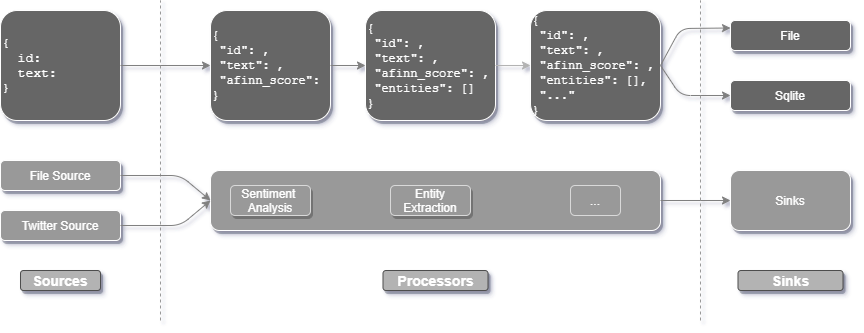
Earlier version of the draw.io export nlphose.png (code2k13/nlphose). Source tidied: cells renumbered, new cells last; positions are measured from the earlier drawing's top-left corner, leaving out a move shared by most shapes.
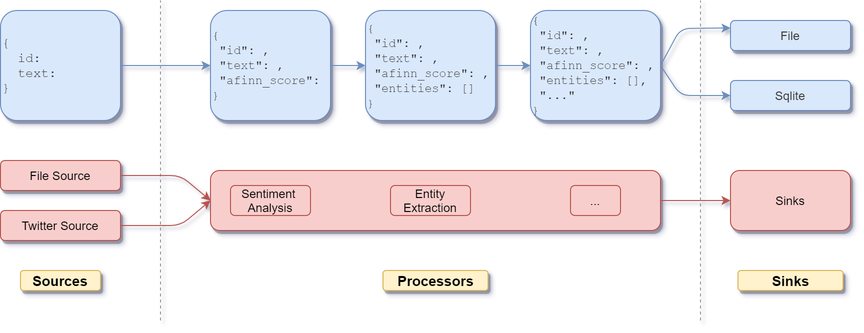
The same diagram one commit later.

Commit message:
updated diagram yet again !!

Diff of the diagram source:
```diff
@@ -2,59 +2,59 @@
   <root>
     <mxCell id="0" />
     <mxCell id="1" parent="0" />
-    <mxCell id="2" style="rounded=1;whiteSpace=wrap;html=1;strokeColor=#FFFFFF;fontColor=#FFFFFF;align=center;fillColor=#999999;shadow=1;" parent="1" vertex="1">
+    <mxCell id="2" style="rounded=1;whiteSpace=wrap;html=1;strokeColor=#b85450;align=center;fillColor=#f8cecc;shadow=1;" parent="1" vertex="1">
       <mxGeometry x="210" y="170" width="450" height="60" as="geometry" />
     </mxCell>
-    <mxCell id="3" value="Sinks" style="rounded=1;whiteSpace=wrap;html=1;strokeColor=#FFFFFF;fontColor=#FFFFFF;align=center;fillColor=#999999;shadow=1;" parent="1" vertex="1">
+    <mxCell id="3" value="Sinks" style="rounded=1;whiteSpace=wrap;html=1;strokeColor=#b85450;align=center;fillColor=#f8cecc;shadow=1;" parent="1" vertex="1">
       <mxGeometry x="730" y="170" width="120" height="60" as="geometry" />
     </mxCell>
-    <mxCell id="4" value="&lt;font face=&quot;Courier New&quot; style=&quot;font-size: 13px&quot; color=&quot;#ffffff&quot;&gt;{&lt;br style=&quot;font-size: 13px&quot;&gt;&amp;nbsp; id:&amp;nbsp;&lt;br style=&quot;font-size: 13px&quot;&gt;&amp;nbsp; text:&lt;br style=&quot;font-size: 13px&quot;&gt;}&lt;/font&gt;" style="text;html=1;align=left;verticalAlign=middle;whiteSpace=wrap;rounded=1;fontSize=12;fontColor=#666666;fillColor=#666666;strokeColor=#FFFFFF;shadow=1;" parent="1" vertex="1">
+    <mxCell id="4" value="&lt;font face=&quot;Courier New&quot; style=&quot;font-size: 13px&quot;&gt;{&lt;br style=&quot;font-size: 13px&quot;&gt;&amp;nbsp; id:&amp;nbsp;&lt;br style=&quot;font-size: 13px&quot;&gt;&amp;nbsp; text:&lt;br style=&quot;font-size: 13px&quot;&gt;}&lt;/font&gt;" style="text;html=1;align=left;verticalAlign=middle;whiteSpace=wrap;rounded=1;fontSize=12;strokeColor=#6c8ebf;shadow=1;fillColor=#dae8fc;fontColor=#333333;" parent="1" vertex="1">
       <mxGeometry y="10" width="120" height="110" as="geometry" />
     </mxCell>
-    <mxCell id="5" value="Entity&lt;br&gt;Extraction" style="rounded=1;whiteSpace=wrap;html=1;fillColor=#999999;strokeColor=#D9D9D9;fontColor=#FFFFFF;align=center;shadow=1;" parent="1" vertex="1">
+    <mxCell id="5" value="Entity&lt;br&gt;Extraction" style="rounded=1;whiteSpace=wrap;html=1;fillColor=#f8cecc;strokeColor=#b85450;align=center;shadow=0;" parent="1" vertex="1">
       <mxGeometry x="390" y="185" width="80" height="30" as="geometry" />
     </mxCell>
-    <mxCell id="6" value="Sentiment&amp;nbsp;&lt;br&gt;Analysis" style="rounded=1;whiteSpace=wrap;html=1;fillColor=#999999;fontColor=#FFFFFF;align=center;strokeColor=#D9D9D9;shadow=1;" parent="1" vertex="1">
+    <mxCell id="6" value="Sentiment&amp;nbsp;&lt;br&gt;Analysis" style="rounded=1;whiteSpace=wrap;html=1;fillColor=#f8cecc;align=center;strokeColor=#b85450;shadow=0;" parent="1" vertex="1">
       <mxGeometry x="230" y="185" width="80" height="30" as="geometry" />
     </mxCell>
-    <mxCell id="7" value="..." style="rounded=1;whiteSpace=wrap;html=1;fontSize=12;fillColor=#999999;strokeColor=#D9D9D9;fontColor=#FFFFFF;align=center;" parent="1" vertex="1">
+    <mxCell id="7" value="..." style="rounded=1;whiteSpace=wrap;html=1;fontSize=12;fillColor=#f8cecc;strokeColor=#b85450;align=center;" parent="1" vertex="1">
       <mxGeometry x="570" y="185" width="50" height="30" as="geometry" />
     </mxCell>
-    <mxCell id="8" value="&lt;div&gt;&lt;font face=&quot;Courier New&quot; color=&quot;#ffffff&quot;&gt;{&lt;/font&gt;&lt;/div&gt;&lt;div&gt;&lt;font face=&quot;Courier New&quot; color=&quot;#ffffff&quot;&gt;&amp;nbsp;&quot;id&quot;: ,&amp;nbsp;&lt;/font&gt;&lt;/div&gt;&lt;div&gt;&lt;font face=&quot;Courier New&quot; color=&quot;#ffffff&quot;&gt;&amp;nbsp;&quot;text&quot;: ,&lt;/font&gt;&lt;/div&gt;&lt;div&gt;&lt;font face=&quot;Courier New&quot; color=&quot;#ffffff&quot;&gt;&amp;nbsp;&quot;afinn_score&quot;:&lt;/font&gt;&lt;/div&gt;&lt;div&gt;&lt;font face=&quot;Courier New&quot; color=&quot;#ffffff&quot;&gt;}&lt;/font&gt;&lt;/div&gt;" style="text;html=1;fillColor=#666666;align=left;verticalAlign=middle;whiteSpace=wrap;rounded=1;strokeColor=#FFFFFF;fontColor=#666666;glass=0;sketch=0;shadow=1;" parent="1" vertex="1">
+    <mxCell id="8" value="&lt;div&gt;&lt;font face=&quot;Courier New&quot;&gt;{&lt;/font&gt;&lt;/div&gt;&lt;div&gt;&lt;font face=&quot;Courier New&quot;&gt;&amp;nbsp;&quot;id&quot;: ,&amp;nbsp;&lt;/font&gt;&lt;/div&gt;&lt;div&gt;&lt;font face=&quot;Courier New&quot;&gt;&amp;nbsp;&quot;text&quot;: ,&lt;/font&gt;&lt;/div&gt;&lt;div&gt;&lt;font face=&quot;Courier New&quot;&gt;&amp;nbsp;&quot;afinn_score&quot;:&lt;/font&gt;&lt;/div&gt;&lt;div&gt;&lt;font face=&quot;Courier New&quot;&gt;}&lt;/font&gt;&lt;/div&gt;" style="text;html=1;fillColor=#dae8fc;align=left;verticalAlign=middle;whiteSpace=wrap;rounded=1;strokeColor=#6c8ebf;shadow=1;fontColor=#333333;" parent="1" vertex="1">
       <mxGeometry x="210" y="10" width="120" height="110" as="geometry" />
     </mxCell>
-    <mxCell id="9" value="&lt;div&gt;&lt;font face=&quot;Courier New&quot; color=&quot;#ffffff&quot;&gt;{&lt;/font&gt;&lt;/div&gt;&lt;div&gt;&lt;font face=&quot;Courier New&quot; color=&quot;#ffffff&quot;&gt;&amp;nbsp;&quot;id&quot;: ,&amp;nbsp;&lt;/font&gt;&lt;/div&gt;&lt;div&gt;&lt;font face=&quot;Courier New&quot; color=&quot;#ffffff&quot;&gt;&amp;nbsp;&quot;text&quot;: ,&lt;/font&gt;&lt;/div&gt;&lt;div&gt;&lt;font face=&quot;Courier New&quot; color=&quot;#ffffff&quot;&gt;&amp;nbsp;&quot;afinn_score&quot;: ,&lt;/font&gt;&lt;/div&gt;&lt;div&gt;&lt;font face=&quot;Courier New&quot; color=&quot;#ffffff&quot;&gt;&amp;nbsp;&quot;entities&quot;: []&lt;/font&gt;&lt;/div&gt;&lt;div&gt;&lt;font face=&quot;Courier New&quot; color=&quot;#ffffff&quot;&gt;}&lt;/font&gt;&lt;/div&gt;" style="text;html=1;strokeColor=#FFFFFF;fillColor=#666666;align=left;verticalAlign=middle;whiteSpace=wrap;rounded=1;fontColor=#666666;glass=0;sketch=0;shadow=1;" parent="1" vertex="1">
+    <mxCell id="9" value="&lt;div&gt;&lt;font face=&quot;Courier New&quot;&gt;{&lt;/font&gt;&lt;/div&gt;&lt;div&gt;&lt;font face=&quot;Courier New&quot;&gt;&amp;nbsp;&quot;id&quot;: ,&amp;nbsp;&lt;/font&gt;&lt;/div&gt;&lt;div&gt;&lt;font face=&quot;Courier New&quot;&gt;&amp;nbsp;&quot;text&quot;: ,&lt;/font&gt;&lt;/div&gt;&lt;div&gt;&lt;font face=&quot;Courier New&quot;&gt;&amp;nbsp;&quot;afinn_score&quot;: ,&lt;/font&gt;&lt;/div&gt;&lt;div&gt;&lt;font face=&quot;Courier New&quot;&gt;&amp;nbsp;&quot;entities&quot;: []&lt;/font&gt;&lt;/div&gt;&lt;div&gt;&lt;font face=&quot;Courier New&quot;&gt;}&lt;/font&gt;&lt;/div&gt;" style="text;html=1;strokeColor=#6c8ebf;fillColor=#dae8fc;align=left;verticalAlign=middle;whiteSpace=wrap;rounded=1;shadow=1;fontColor=#333333;" parent="1" vertex="1">
       <mxGeometry x="365" y="10" width="130" height="110" as="geometry" />
     </mxCell>
-    <mxCell id="10" value="&lt;div&gt;&lt;font face=&quot;Courier New&quot; color=&quot;#ffffff&quot;&gt;{&lt;/font&gt;&lt;/div&gt;&lt;div&gt;&lt;font face=&quot;Courier New&quot; color=&quot;#ffffff&quot;&gt;&amp;nbsp;&quot;id&quot;: ,&amp;nbsp;&lt;/font&gt;&lt;/div&gt;&lt;div&gt;&lt;font face=&quot;Courier New&quot; color=&quot;#ffffff&quot;&gt;&amp;nbsp;&quot;text&quot;: ,&lt;/font&gt;&lt;/div&gt;&lt;div&gt;&lt;font face=&quot;Courier New&quot; color=&quot;#ffffff&quot;&gt;&amp;nbsp;&quot;afinn_score&quot;: ,&lt;/font&gt;&lt;/div&gt;&lt;div&gt;&lt;font face=&quot;Courier New&quot; color=&quot;#ffffff&quot;&gt;&amp;nbsp;&quot;entities&quot;: [],&lt;/font&gt;&lt;/div&gt;&lt;div&gt;&lt;font face=&quot;Courier New&quot; color=&quot;#ffffff&quot;&gt;&amp;nbsp;&quot;...&quot;&lt;/font&gt;&lt;/div&gt;&lt;div&gt;&lt;font face=&quot;Courier New&quot; color=&quot;#ffffff&quot;&gt;}&lt;/font&gt;&lt;/div&gt;" style="text;html=1;strokeColor=#FFFFFF;fillColor=#666666;align=left;verticalAlign=middle;whiteSpace=wrap;rounded=1;fontColor=#666666;glass=0;sketch=0;shadow=1;" parent="1" vertex="1">
+    <mxCell id="10" value="&lt;div&gt;&lt;font face=&quot;Courier New&quot;&gt;{&lt;/font&gt;&lt;/div&gt;&lt;div&gt;&lt;font face=&quot;Courier New&quot;&gt;&amp;nbsp;&quot;id&quot;: ,&amp;nbsp;&lt;/font&gt;&lt;/div&gt;&lt;div&gt;&lt;font face=&quot;Courier New&quot;&gt;&amp;nbsp;&quot;text&quot;: ,&lt;/font&gt;&lt;/div&gt;&lt;div&gt;&lt;font face=&quot;Courier New&quot;&gt;&amp;nbsp;&quot;afinn_score&quot;: ,&lt;/font&gt;&lt;/div&gt;&lt;div&gt;&lt;font face=&quot;Courier New&quot;&gt;&amp;nbsp;&quot;entities&quot;: [],&lt;/font&gt;&lt;/div&gt;&lt;div&gt;&lt;font face=&quot;Courier New&quot;&gt;&amp;nbsp;&quot;...&quot;&lt;/font&gt;&lt;/div&gt;&lt;div&gt;&lt;font face=&quot;Courier New&quot;&gt;}&lt;/font&gt;&lt;/div&gt;" style="text;html=1;strokeColor=#6c8ebf;fillColor=#dae8fc;align=left;verticalAlign=middle;whiteSpace=wrap;rounded=1;shadow=1;fontColor=#333333;" parent="1" vertex="1">
       <mxGeometry x="530" y="10" width="130" height="110" as="geometry" />
     </mxCell>
-    <mxCell id="11" style="endArrow=classic;html=1;fontSize=14;exitX=1;exitY=0.5;exitDx=0;exitDy=0;entryX=0;entryY=0.5;entryDx=0;entryDy=0;strokeColor=#808080;" parent="1" edge="1" source="4" target="8">
+    <mxCell id="11" style="endArrow=classic;html=1;fontSize=14;exitX=1;exitY=0.5;exitDx=0;exitDy=0;entryX=0;entryY=0.5;entryDx=0;entryDy=0;strokeColor=#6c8ebf;fillColor=#dae8fc;fontColor=#333333;" parent="1" edge="1" source="4" target="8">
       <mxGeometry relative="1" as="geometry" />
     </mxCell>
-    <mxCell id="12" style="endArrow=classic;html=1;fontSize=14;exitX=1;exitY=0.5;exitDx=0;exitDy=0;entryX=0;entryY=0.5;entryDx=0;entryDy=0;strokeColor=#808080;" parent="1" edge="1" source="8" target="9">
+    <mxCell id="12" style="endArrow=classic;html=1;fontSize=14;exitX=1;exitY=0.5;exitDx=0;exitDy=0;entryX=0;entryY=0.5;entryDx=0;entryDy=0;strokeColor=#6c8ebf;fillColor=#dae8fc;fontColor=#333333;" parent="1" edge="1" source="8" target="9">
       <mxGeometry relative="1" as="geometry" />
     </mxCell>
-    <mxCell id="13" style="html=1;fontSize=12;exitX=1;exitY=0.5;exitDx=0;exitDy=0;rounded=0;fontColor=#666666;align=left;strokeColor=#B3B3B3;fillColor=#f5f5f5;" parent="1" edge="1" source="9" target="10">
+    <mxCell id="13" style="html=1;fontSize=14;exitX=1;exitY=0.5;exitDx=0;exitDy=0;rounded=1;align=center;strokeColor=#6c8ebf;fillColor=#dae8fc;fontColor=#333333;" parent="1" edge="1" source="9" target="10">
       <mxGeometry relative="1" as="geometry" />
     </mxCell>
-    <mxCell id="14" style="endArrow=classic;html=1;fontSize=14;exitX=1;exitY=0.5;exitDx=0;exitDy=0;strokeColor=#808080;" parent="1" edge="1" source="2" target="3">
+    <mxCell id="14" style="endArrow=classic;html=1;fontSize=14;exitX=1;exitY=0.5;exitDx=0;exitDy=0;strokeColor=#b85450;fillColor=#f8cecc;" parent="1" edge="1" source="2" target="3">
       <mxGeometry relative="1" as="geometry" />
     </mxCell>
-    <mxCell id="15" value="File" style="rounded=1;whiteSpace=wrap;html=1;fontSize=12;align=center;fontColor=#FFFFFF;fillColor=#666666;strokeColor=#FFFFFF;glass=0;sketch=0;shadow=1;" parent="1" vertex="1">
+    <mxCell id="15" value="File" style="rounded=1;whiteSpace=wrap;html=1;fontSize=12;align=center;fillColor=#dae8fc;strokeColor=#6c8ebf;shadow=1;fontColor=#333333;" parent="1" vertex="1">
       <mxGeometry x="730" y="20" width="120" height="30" as="geometry" />
     </mxCell>
-    <mxCell id="16" value="Sqlite" style="rounded=1;whiteSpace=wrap;html=1;fontSize=12;align=center;fontColor=#FFFFFF;fillColor=#666666;strokeColor=#FFFFFF;glass=0;sketch=0;shadow=1;" parent="1" vertex="1">
+    <mxCell id="16" value="Sqlite" style="rounded=1;whiteSpace=wrap;html=1;fontSize=12;align=center;fillColor=#dae8fc;strokeColor=#6c8ebf;shadow=1;fontColor=#333333;" parent="1" vertex="1">
       <mxGeometry x="730" y="80" width="120" height="30" as="geometry" />
     </mxCell>
-    <mxCell id="17" style="endArrow=classic;html=1;fontSize=14;exitX=1;exitY=0.5;exitDx=0;exitDy=0;entryX=0;entryY=0.25;entryDx=0;entryDy=0;strokeColor=#808080;" parent="1" edge="1" source="10" target="15">
+    <mxCell id="17" style="endArrow=classic;html=1;fontSize=14;exitX=1;exitY=0.5;exitDx=0;exitDy=0;entryX=0;entryY=0.25;entryDx=0;entryDy=0;strokeColor=#6c8ebf;fillColor=#dae8fc;fontColor=#333333;" parent="1" edge="1" source="10" target="15">
       <mxGeometry relative="1" as="geometry">
         <Array as="points">
           <mxPoint x="680" y="28" />
         </Array>
       </mxGeometry>
     </mxCell>
-    <mxCell id="18" style="endArrow=classic;html=1;fontSize=14;exitX=1;exitY=0.5;exitDx=0;exitDy=0;entryX=0;entryY=0.5;entryDx=0;entryDy=0;strokeColor=#808080;" parent="1" edge="1" source="10" target="16">
+    <mxCell id="18" style="endArrow=classic;html=1;fontSize=14;exitX=1;exitY=0.5;exitDx=0;exitDy=0;entryX=0;entryY=0.5;entryDx=0;entryDy=0;strokeColor=#6c8ebf;fillColor=#dae8fc;fontColor=#333333;" parent="1" edge="1" source="10" target="16">
       <mxGeometry relative="1" as="geometry">
         <Array as="points">
           <mxPoint x="680" y="95" />
@@ -73,33 +73,33 @@
         <mxPoint x="700" as="targetPoint" />
       </mxGeometry>
     </mxCell>
-    <mxCell id="21" value="Twitter Source" style="rounded=1;whiteSpace=wrap;html=1;fontSize=12;strokeColor=#FFFFFF;fontColor=#FFFFFF;align=center;fillColor=#999999;shadow=1;" parent="1" vertex="1">
+    <mxCell id="21" value="Twitter Source" style="rounded=1;whiteSpace=wrap;html=1;fontSize=12;strokeColor=#b85450;align=center;fillColor=#f8cecc;shadow=1;" parent="1" vertex="1">
       <mxGeometry y="210" width="120" height="30" as="geometry" />
     </mxCell>
-    <mxCell id="22" value="File Source" style="rounded=1;whiteSpace=wrap;html=1;fontSize=12;align=center;strokeColor=#FFFFFF;fontColor=#FFFFFF;fillColor=#999999;shadow=1;" parent="1" vertex="1">
+    <mxCell id="22" value="File Source" style="rounded=1;whiteSpace=wrap;html=1;fontSize=12;align=center;strokeColor=#b85450;fillColor=#f8cecc;shadow=1;" parent="1" vertex="1">
       <mxGeometry y="160" width="120" height="30" as="geometry" />
     </mxCell>
-    <mxCell id="23" style="endArrow=classic;html=1;fontSize=14;exitX=1;exitY=0.5;exitDx=0;exitDy=0;entryX=0;entryY=0.5;entryDx=0;entryDy=0;strokeColor=#808080;" parent="1" edge="1" source="22" target="2">
+    <mxCell id="23" style="endArrow=classic;html=1;fontSize=14;exitX=1;exitY=0.5;exitDx=0;exitDy=0;entryX=0;entryY=0.5;entryDx=0;entryDy=0;strokeColor=#b85450;fillColor=#f8cecc;" parent="1" edge="1" source="22" target="2">
       <mxGeometry relative="1" as="geometry">
         <Array as="points">
           <mxPoint x="180" y="175" />
         </Array>
       </mxGeometry>
     </mxCell>
-    <mxCell id="24" style="endArrow=classic;html=1;strokeColor=#808080;fontSize=14;exitX=1;exitY=0.5;exitDx=0;exitDy=0;entryX=0;entryY=0.5;entryDx=0;entryDy=0;" parent="1" edge="1" source="21" target="2">
+    <mxCell id="24" style="endArrow=classic;html=1;strokeColor=#b85450;fontSize=14;exitX=1;exitY=0.5;exitDx=0;exitDy=0;entryX=0;entryY=0.5;entryDx=0;entryDy=0;fillColor=#f8cecc;" parent="1" edge="1" source="21" target="2">
       <mxGeometry relative="1" as="geometry">
         <Array as="points">
           <mxPoint x="180" y="225" />
         </Array>
       </mxGeometry>
     </mxCell>
-    <mxCell id="25" value="Sources" style="text;html=1;strokeColor=#4D4D4D;align=center;verticalAlign=middle;whiteSpace=wrap;rounded=1;fontSize=14;fontColor=#FFFFFF;fillColor=#B3B3B3;fontStyle=1;shadow=1;" parent="1" vertex="1">
+    <mxCell id="25" value="Sources" style="text;html=1;strokeColor=#d6b656;align=center;verticalAlign=middle;whiteSpace=wrap;rounded=1;fontSize=14;fontStyle=1;shadow=1;fillColor=#fff2cc;" parent="1" vertex="1">
       <mxGeometry x="20" y="270" width="80" height="20" as="geometry" />
     </mxCell>
-    <mxCell id="26" value="Processors" style="text;html=1;align=center;verticalAlign=middle;whiteSpace=wrap;rounded=1;fontSize=14;fillColor=#B3B3B3;fontColor=#FFFFFF;fontStyle=1;strokeColor=#4D4D4D;shadow=1;" parent="1" vertex="1">
+    <mxCell id="26" value="Processors" style="text;html=1;align=center;verticalAlign=middle;whiteSpace=wrap;rounded=1;fontSize=14;fontStyle=1;strokeColor=#d6b656;shadow=1;fillColor=#fff2cc;" parent="1" vertex="1">
       <mxGeometry x="382.5" y="270" width="105" height="20" as="geometry" />
     </mxCell>
-    <mxCell id="27" value="Sinks" style="text;html=1;align=center;verticalAlign=middle;whiteSpace=wrap;rounded=1;fontSize=14;fontColor=#FFFFFF;fillColor=#B3B3B3;fontStyle=1;strokeColor=#4D4D4D;shadow=1;" parent="1" vertex="1">
+    <mxCell id="27" value="Sinks" style="text;html=1;align=center;verticalAlign=middle;whiteSpace=wrap;rounded=1;fontSize=14;fontStyle=1;strokeColor=#d6b656;shadow=1;fillColor=#fff2cc;" parent="1" vertex="1">
       <mxGeometry x="737.5" y="270" width="105" height="20" as="geometry" />
     </mxCell>
   </root>
```
